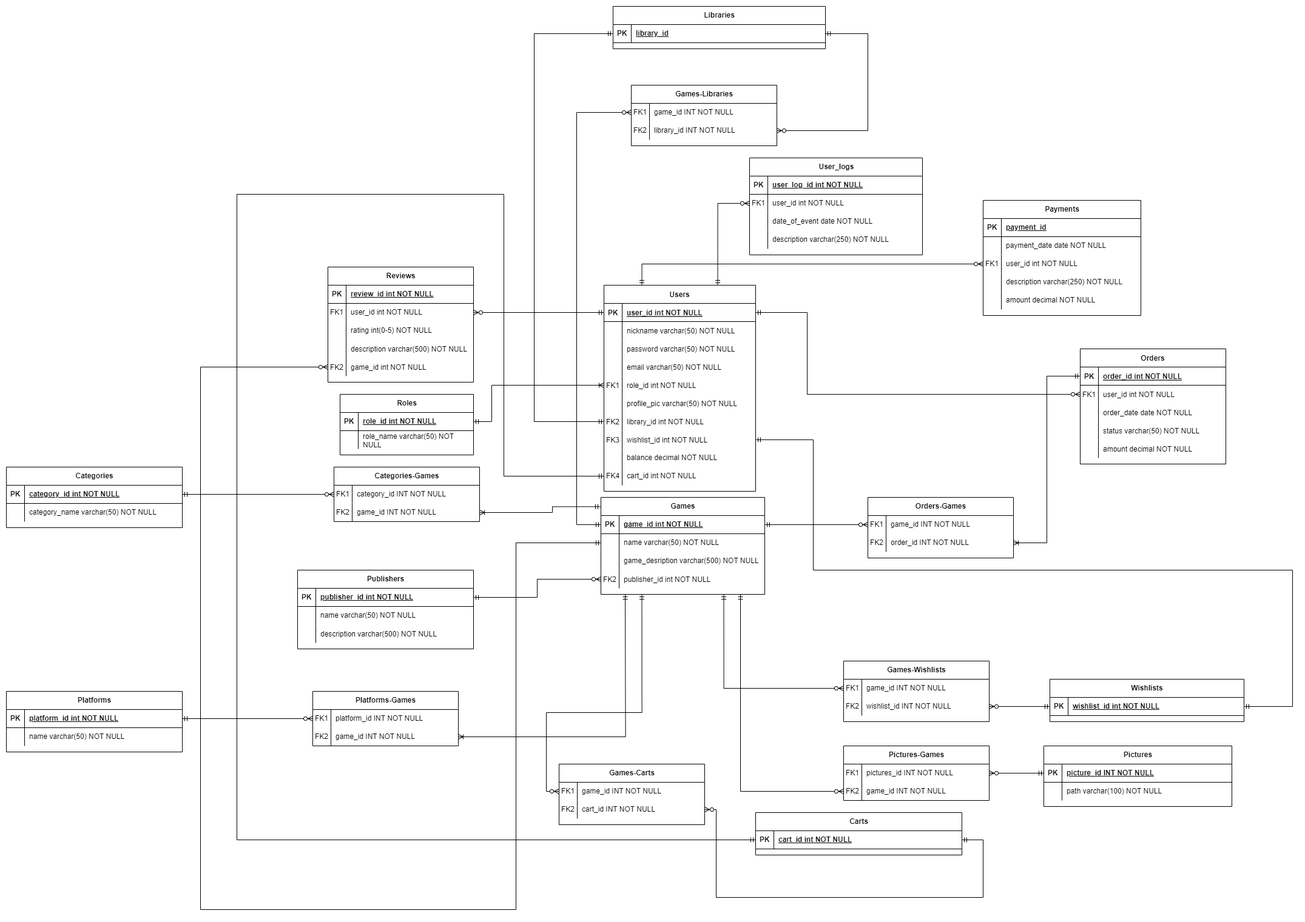
The draw.io diagram diagram.png in westcrime/data-models-and-database-management-systems, before a commit. Source tidied: cells renumbered, new cells last; positions are measured from the earlier drawing's top-left corner, leaving out a move shared by most shapes.
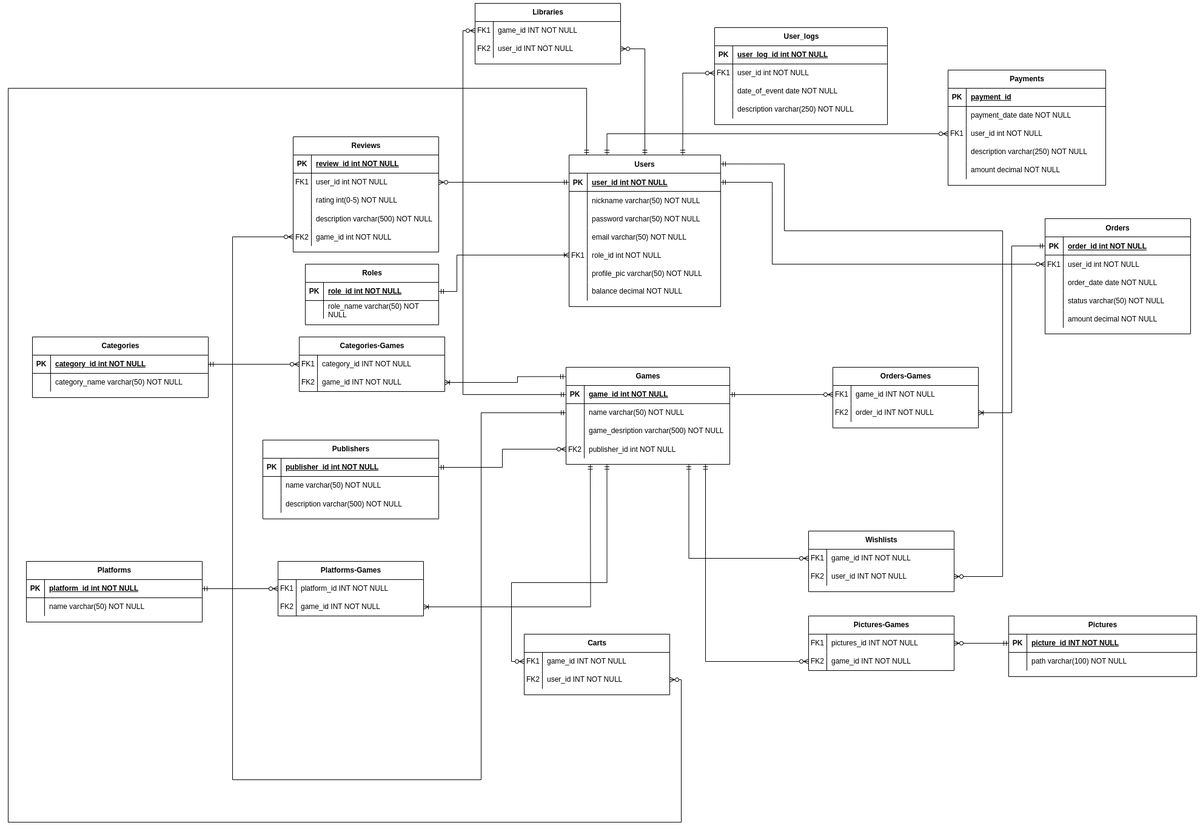
Later version of the same file.

Change to the diagram source:
```diff
@@ -53,3 +53,3 @@
     <mxCell id="18" value="Users" style="shape=table;startSize=30;rowLines=0;fontStyle=1;align=center;" parent="1" vertex="1">
-      <mxGeometry x="985" y="460" width="250" height="340" as="geometry" />
+      <mxGeometry x="985" y="460" width="250" height="250" as="geometry" />
     </mxCell>
@@ -109,22 +109,4 @@
     </mxCell>
-    <mxCell id="37" style="shape=tableRow;horizontal=0;startSize=0;swimlaneHead=0;swimlaneBody=0;fillColor=none;points=[[0,0.5],[1,0.5]];portConstraint=eastwest;top=0;left=0;right=0;bottom=0;" parent="18" vertex="1">
-      <mxGeometry y="210" width="250" height="30" as="geometry" />
-    </mxCell>
-    <mxCell id="38" value="FK2" style="shape=partialRectangle;fillColor=none;top=0;left=0;bottom=0;right=0;overflow=hidden;" parent="37" vertex="1">
-      <mxGeometry width="30" height="30" as="geometry" />
-    </mxCell>
-    <mxCell id="39" value="library_id int NOT NULL" style="shape=partialRectangle;fillColor=none;top=0;left=0;bottom=0;right=0;align=left;spacingLeft=6;overflow=hidden;" parent="37" vertex="1">
-      <mxGeometry x="30" width="220" height="30" as="geometry" />
-    </mxCell>
-    <mxCell id="40" style="shape=tableRow;horizontal=0;startSize=0;swimlaneHead=0;swimlaneBody=0;fillColor=none;points=[[0,0.5],[1,0.5]];portConstraint=eastwest;top=0;left=0;right=0;bottom=0;" parent="18" vertex="1">
-      <mxGeometry y="240" width="250" height="30" as="geometry" />
-    </mxCell>
-    <mxCell id="41" value="FK3" style="shape=partialRectangle;fillColor=none;top=0;left=0;bottom=0;right=0;overflow=hidden;" parent="40" vertex="1">
-      <mxGeometry width="30" height="30" as="geometry" />
-    </mxCell>
-    <mxCell id="42" value="wishlist_id int NOT NULL" style="shape=partialRectangle;fillColor=none;top=0;left=0;bottom=0;right=0;align=left;spacingLeft=6;overflow=hidden;" parent="40" vertex="1">
-      <mxGeometry x="30" width="220" height="30" as="geometry" />
-    </mxCell>
     <mxCell id="43" style="shape=tableRow;horizontal=0;startSize=0;swimlaneHead=0;swimlaneBody=0;fillColor=none;top=0;left=0;right=0;bottom=0;" parent="18" vertex="1">
-      <mxGeometry y="270" width="250" height="30" as="geometry" />
+      <mxGeometry y="210" width="250" height="30" as="geometry" />
     </mxCell>
@@ -136,11 +118,2 @@
     </mxCell>
-    <mxCell id="46" style="shape=tableRow;horizontal=0;startSize=0;swimlaneHead=0;swimlaneBody=0;fillColor=none;points=[[0,0.5],[1,0.5]];portConstraint=eastwest;top=0;left=0;right=0;bottom=0;" parent="18" vertex="1">
-      <mxGeometry y="300" width="250" height="30" as="geometry" />
-    </mxCell>
-    <mxCell id="47" value="FK4" style="shape=partialRectangle;fillColor=none;top=0;left=0;bottom=0;right=0;fontStyle=0;overflow=hidden;whiteSpace=wrap;html=1;" parent="46" vertex="1">
-      <mxGeometry width="30" height="30" as="geometry" />
-    </mxCell>
-    <mxCell id="48" value="cart_id int NOT NULL" style="shape=partialRectangle;fillColor=none;top=0;left=0;bottom=0;right=0;align=left;spacingLeft=6;fontStyle=0;overflow=hidden;whiteSpace=wrap;html=1;" parent="46" vertex="1">
-      <mxGeometry x="30" width="220" height="30" as="geometry" />
-    </mxCell>
     <mxCell id="49" value="Games" style="shape=table;startSize=30;rowLines=0;fontStyle=1;align=center;html=1;" parent="1" vertex="1">
@@ -215,3 +188,3 @@
     <mxCell id="72" value="Platforms" style="shape=table;startSize=30;rowLines=0;fontStyle=1;align=center;html=1;" parent="1" vertex="1">
-      <mxGeometry y="1130" width="290" height="100" as="geometry" />
+      <mxGeometry x="90" y="1130" width="290" height="100" as="geometry" />
     </mxCell>
@@ -305,3 +278,3 @@
     <mxCell id="102" value="Categories" style="shape=table;startSize=30;rowLines=0;fontStyle=1;align=center;html=1;" parent="1" vertex="1">
-      <mxGeometry y="760" width="290" height="100" as="geometry" />
+      <mxGeometry x="100" y="760" width="290" height="100" as="geometry" />
     </mxCell>
@@ -325,36 +298,2 @@
     </mxCell>
-    <mxCell id="109" value="Wishlists" style="shape=table;startSize=30;rowLines=0;fontStyle=1;align=center;html=1;" parent="1" vertex="1">
-      <mxGeometry x="1720" y="1110" width="320" height="70" as="geometry" />
-    </mxCell>
-    <mxCell id="110" style="shape=tableRow;horizontal=0;startSize=0;swimlaneHead=0;swimlaneBody=0;fillColor=none;points=[[0,0.5],[1,0.5]];portConstraint=eastwest;top=0;left=0;right=0;bottom=1;" parent="109" vertex="1">
-      <mxGeometry y="30" width="320" height="30" as="geometry" />
-    </mxCell>
-    <mxCell id="111" value="PK" style="shape=partialRectangle;fillColor=none;top=0;left=0;bottom=0;right=0;fontStyle=1;overflow=hidden;whiteSpace=wrap;html=1;" parent="110" vertex="1">
-      <mxGeometry width="30" height="30" as="geometry" />
-    </mxCell>
-    <mxCell id="112" value="wishlist_id int NOT NULL" style="shape=partialRectangle;fillColor=none;top=0;left=0;bottom=0;right=0;align=left;spacingLeft=6;fontStyle=5;overflow=hidden;whiteSpace=wrap;html=1;" parent="110" vertex="1">
-      <mxGeometry x="30" width="290" height="30" as="geometry" />
-    </mxCell>
-    <mxCell id="113" value="Carts" style="shape=table;startSize=30;rowLines=0;fontStyle=1;align=center;html=1;" parent="1" vertex="1">
-      <mxGeometry x="1235" y="1330" width="340" height="70" as="geometry" />
-    </mxCell>
-    <mxCell id="114" style="shape=tableRow;horizontal=0;startSize=0;swimlaneHead=0;swimlaneBody=0;fillColor=none;points=[[0,0.5],[1,0.5]];portConstraint=eastwest;top=0;left=0;right=0;bottom=1;" parent="113" vertex="1">
-      <mxGeometry y="30" width="340" height="30" as="geometry" />
-    </mxCell>
-    <mxCell id="115" value="PK" style="shape=partialRectangle;fillColor=none;top=0;left=0;bottom=0;right=0;fontStyle=1;overflow=hidden;whiteSpace=wrap;html=1;" parent="114" vertex="1">
-      <mxGeometry width="30" height="30" as="geometry" />
-    </mxCell>
-    <mxCell id="116" value="cart_id int NOT NULL" style="shape=partialRectangle;fillColor=none;top=0;left=0;bottom=0;right=0;align=left;spacingLeft=6;fontStyle=5;overflow=hidden;whiteSpace=wrap;html=1;" parent="114" vertex="1">
-      <mxGeometry x="30" width="310" height="30" as="geometry" />
-    </mxCell>
-    <mxCell id="117" style="edgeStyle=orthogonalEdgeStyle;fontSize=12;html=1;endArrow=ERmandOne;startArrow=ERmandOne;rounded=0;entryX=0;entryY=0.5;entryDx=0;entryDy=0;exitX=0;exitY=0.5;exitDx=0;exitDy=0;" parent="1" edge="1" source="46" target="114">
-      <mxGeometry relative="1" as="geometry">
-        <Array as="points">
-          <mxPoint x="820" y="775" />
-          <mxPoint x="820" y="310" />
-          <mxPoint x="380" y="310" />
-          <mxPoint x="380" y="1375" />
-        </Array>
-      </mxGeometry>
-    </mxCell>
     <mxCell id="118" value="User_logs" style="shape=table;startSize=30;rowLines=0;fontStyle=1;align=center;html=1;" parent="1" vertex="1">
@@ -398,22 +337,2 @@
     </mxCell>
-    <mxCell id="131" value="Libraries" style="shape=table;startSize=30;rowLines=0;fontStyle=1;align=center;html=1;" parent="1" vertex="1">
-      <mxGeometry x="1000" width="350" height="70" as="geometry" />
-    </mxCell>
-    <mxCell id="132" style="shape=tableRow;horizontal=0;startSize=0;swimlaneHead=0;swimlaneBody=0;fillColor=none;points=[[0,0.5],[1,0.5]];portConstraint=eastwest;top=0;left=0;right=0;bottom=1;" parent="131" vertex="1">
-      <mxGeometry y="30" width="350" height="30" as="geometry" />
-    </mxCell>
-    <mxCell id="133" value="PK" style="shape=partialRectangle;fillColor=none;top=0;left=0;bottom=0;right=0;fontStyle=1;overflow=hidden;whiteSpace=wrap;html=1;" parent="132" vertex="1">
-      <mxGeometry width="30" height="30" as="geometry" />
-    </mxCell>
-    <mxCell id="134" value="library_id" style="shape=partialRectangle;fillColor=none;top=0;left=0;bottom=0;right=0;align=left;spacingLeft=6;fontStyle=5;overflow=hidden;whiteSpace=wrap;html=1;" parent="132" vertex="1">
-      <mxGeometry x="30" width="320" height="30" as="geometry" />
-    </mxCell>
-    <mxCell id="135" style="edgeStyle=orthogonalEdgeStyle;fontSize=12;html=1;endArrow=ERmandOne;startArrow=ERmandOne;rounded=0;exitX=0;exitY=0.5;exitDx=0;exitDy=0;entryX=0;entryY=0.5;entryDx=0;entryDy=0;" parent="1" edge="1" source="37" target="132">
-      <mxGeometry relative="1" as="geometry">
-        <Array as="points">
-          <mxPoint x="870" y="685" />
-          <mxPoint x="870" y="45" />
-        </Array>
-      </mxGeometry>
-    </mxCell>
     <mxCell id="136" style="edgeStyle=orthogonalEdgeStyle;fontSize=12;html=1;endArrow=ERzeroToMany;startArrow=ERmandOne;rounded=0;exitX=0.75;exitY=0;exitDx=0;exitDy=0;entryX=0;entryY=0.5;entryDx=0;entryDy=0;" parent="1" edge="1" source="18" target="122">
@@ -428,12 +347,2 @@
     </mxCell>
-    <mxCell id="138" style="edgeStyle=orthogonalEdgeStyle;fontSize=12;html=1;endArrow=ERmandOne;startArrow=ERmandOne;rounded=0;exitX=1;exitY=0.5;exitDx=0;exitDy=0;entryX=1;entryY=0.5;entryDx=0;entryDy=0;" parent="1" edge="1" source="40" target="110">
-      <mxGeometry relative="1" as="geometry">
-        <Array as="points">
-          <mxPoint x="1330" y="715" />
-          <mxPoint x="1330" y="930" />
-          <mxPoint x="2120" y="930" />
-          <mxPoint x="2120" y="1155" />
-        </Array>
-      </mxGeometry>
-    </mxCell>
     <mxCell id="139" style="edgeStyle=orthogonalEdgeStyle;fontSize=12;html=1;endArrow=ERzeroToMany;startArrow=ERmandOne;rounded=0;entryX=0;entryY=0.5;entryDx=0;entryDy=0;exitX=1;exitY=0.5;exitDx=0;exitDy=0;" parent="1" edge="1" source="19" target="6">
@@ -457,4 +366,4 @@
         <Array as="points">
-          <mxPoint x="320" y="595" />
-          <mxPoint x="320" y="1490" />
+          <mxPoint x="430" y="595" />
+          <mxPoint x="430" y="1490" />
           <mxPoint x="840" y="1490" />
@@ -663,4 +572,4 @@
     </mxCell>
-    <mxCell id="203" value="Games-Libraries" style="shape=table;startSize=30;rowLines=0;fontStyle=1;align=center;html=1;" parent="1" vertex="1">
-      <mxGeometry x="1030" y="130" width="240" height="100" as="geometry" />
+    <mxCell id="203" value="Libraries" style="shape=table;startSize=30;rowLines=0;fontStyle=1;align=center;html=1;" parent="1" vertex="1">
+      <mxGeometry x="830" y="210" width="240" height="100" as="geometry" />
     </mxCell>
@@ -681,3 +590,3 @@
     </mxCell>
-    <mxCell id="209" value="library_id INT NOT NULL" style="shape=partialRectangle;fillColor=none;top=0;left=0;bottom=0;right=0;align=left;spacingLeft=6;overflow=hidden;whiteSpace=wrap;html=1;" parent="207" vertex="1">
+    <mxCell id="209" value="user_id INT NOT NULL" style="shape=partialRectangle;fillColor=none;top=0;left=0;bottom=0;right=0;align=left;spacingLeft=6;overflow=hidden;whiteSpace=wrap;html=1;" parent="207" vertex="1">
       <mxGeometry x="30" width="210" height="30" as="geometry" />
@@ -687,4 +596,4 @@
         <Array as="points">
-          <mxPoint x="940" y="855" />
-          <mxPoint x="940" y="175" />
+          <mxPoint x="810" y="855" />
+          <mxPoint x="810" y="255" />
         </Array>
@@ -692,7 +601,6 @@
     </mxCell>
-    <mxCell id="211" style="edgeStyle=orthogonalEdgeStyle;fontSize=12;html=1;endArrow=ERzeroToMany;startArrow=ERmandOne;rounded=0;exitX=1;exitY=0.5;exitDx=0;exitDy=0;entryX=1;entryY=0.5;entryDx=0;entryDy=0;" parent="1" edge="1" source="132" target="207">
+    <mxCell id="211" style="edgeStyle=orthogonalEdgeStyle;fontSize=12;html=1;endArrow=ERzeroToMany;startArrow=ERmandOne;rounded=0;entryX=1;entryY=0.5;entryDx=0;entryDy=0;exitX=0.5;exitY=0;exitDx=0;exitDy=0;" parent="1" edge="1" source="18" target="207">
       <mxGeometry relative="1" as="geometry">
         <Array as="points">
-          <mxPoint x="1420" y="45" />
-          <mxPoint x="1420" y="205" />
+          <mxPoint x="1110" y="285" />
         </Array>
@@ -700,3 +608,3 @@
     </mxCell>
-    <mxCell id="212" value="Games-Wishlists" style="shape=table;startSize=30;rowLines=0;fontStyle=1;align=center;html=1;" parent="1" vertex="1">
+    <mxCell id="212" value="Wishlists" style="shape=table;startSize=30;rowLines=0;fontStyle=1;align=center;html=1;" parent="1" vertex="1">
       <mxGeometry x="1380" y="1080" width="240" height="100" as="geometry" />
@@ -718,7 +626,14 @@
     </mxCell>
-    <mxCell id="218" value="wishlist_id INT NOT NULL" style="shape=partialRectangle;fillColor=none;top=0;left=0;bottom=0;right=0;align=left;spacingLeft=6;overflow=hidden;whiteSpace=wrap;html=1;" parent="216" vertex="1">
+    <mxCell id="218" value="user_id INT NOT NULL" style="shape=partialRectangle;fillColor=none;top=0;left=0;bottom=0;right=0;align=left;spacingLeft=6;overflow=hidden;whiteSpace=wrap;html=1;" parent="216" vertex="1">
       <mxGeometry x="30" width="210" height="30" as="geometry" />
     </mxCell>
-    <mxCell id="219" style="edgeStyle=orthogonalEdgeStyle;fontSize=12;html=1;endArrow=ERzeroToMany;startArrow=ERmandOne;rounded=0;exitX=0;exitY=0.5;exitDx=0;exitDy=0;entryX=1;entryY=0.5;entryDx=0;entryDy=0;" parent="1" edge="1" source="110" target="216">
-      <mxGeometry relative="1" as="geometry" />
+    <mxCell id="219" style="edgeStyle=orthogonalEdgeStyle;fontSize=12;html=1;endArrow=ERzeroToMany;startArrow=ERmandOne;rounded=0;entryX=1;entryY=0.5;entryDx=0;entryDy=0;exitX=1;exitY=0.059;exitDx=0;exitDy=0;exitPerimeter=0;" parent="1" edge="1" source="18" target="216">
+      <mxGeometry relative="1" as="geometry">
+        <Array as="points">
+          <mxPoint x="1340" y="475" />
+          <mxPoint x="1340" y="585" />
+          <mxPoint x="1700" y="585" />
+          <mxPoint x="1700" y="1155" />
+        </Array>
+      </mxGeometry>
     </mxCell>
@@ -731,3 +646,3 @@
     </mxCell>
-    <mxCell id="221" value="Games-Carts" style="shape=table;startSize=30;rowLines=0;fontStyle=1;align=center;html=1;" parent="1" vertex="1">
+    <mxCell id="221" value="Carts" style="shape=table;startSize=30;rowLines=0;fontStyle=1;align=center;html=1;" parent="1" vertex="1">
       <mxGeometry x="911" y="1250" width="240" height="100" as="geometry" />
@@ -749,3 +664,3 @@
     </mxCell>
-    <mxCell id="227" value="cart_id INT NOT NULL" style="shape=partialRectangle;fillColor=none;top=0;left=0;bottom=0;right=0;align=left;spacingLeft=6;overflow=hidden;whiteSpace=wrap;html=1;" parent="225" vertex="1">
+    <mxCell id="227" value="user_id INT NOT NULL" style="shape=partialRectangle;fillColor=none;top=0;left=0;bottom=0;right=0;align=left;spacingLeft=6;overflow=hidden;whiteSpace=wrap;html=1;" parent="225" vertex="1">
       <mxGeometry x="30" width="210" height="30" as="geometry" />
@@ -761,8 +676,10 @@
     </mxCell>
-    <mxCell id="229" style="edgeStyle=orthogonalEdgeStyle;fontSize=12;html=1;endArrow=ERzeroToMany;startArrow=ERmandOne;rounded=0;entryX=1;entryY=0.5;entryDx=0;entryDy=0;exitX=1;exitY=0.5;exitDx=0;exitDy=0;" parent="1" edge="1" source="114" target="225">
+    <mxCell id="229" style="edgeStyle=orthogonalEdgeStyle;fontSize=12;html=1;endArrow=ERzeroToMany;startArrow=ERmandOne;rounded=0;entryX=1;entryY=0.5;entryDx=0;entryDy=0;" parent="1" edge="1" target="225">
       <mxGeometry relative="1" as="geometry">
+        <mxPoint x="1014" y="460" as="sourcePoint" />
         <Array as="points">
-          <mxPoint x="1610" y="1375" />
-          <mxPoint x="1610" y="1470" />
-          <mxPoint x="1170" y="1470" />
+          <mxPoint x="1014" y="350" />
+          <mxPoint x="60" y="350" />
+          <mxPoint x="60" y="1560" />
+          <mxPoint x="1170" y="1560" />
           <mxPoint x="1170" y="1325" />
```
